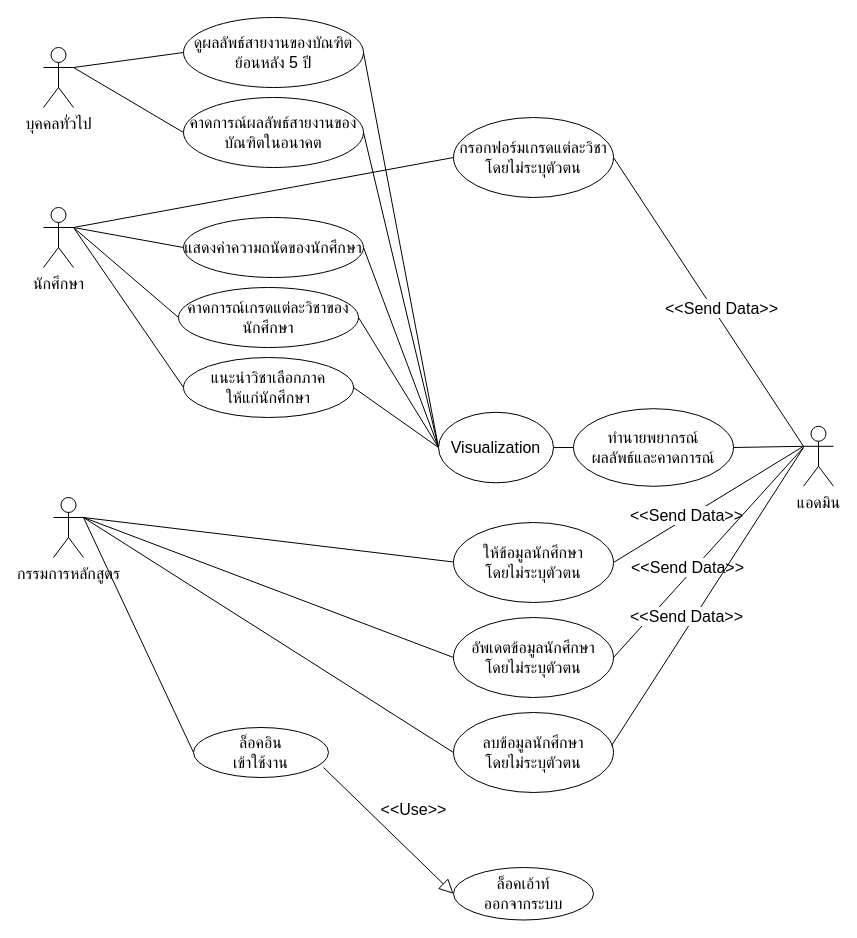
MashMaleLLO/Analytics_and_Prediction_System_for_CE_Curriculum_administrators keeps this draw.io diagram as Design_Architecture/Usecase.drawio. Above is the earlier version. Source tidied: cells renumbered, new cells numbered last; positions are measured from the earlier drawing's top-left corner, leaving out a move shared by most shapes. Both pictures are drawn from the tidied source at 100%, with x=0, y=0 at pixel (43, 17).
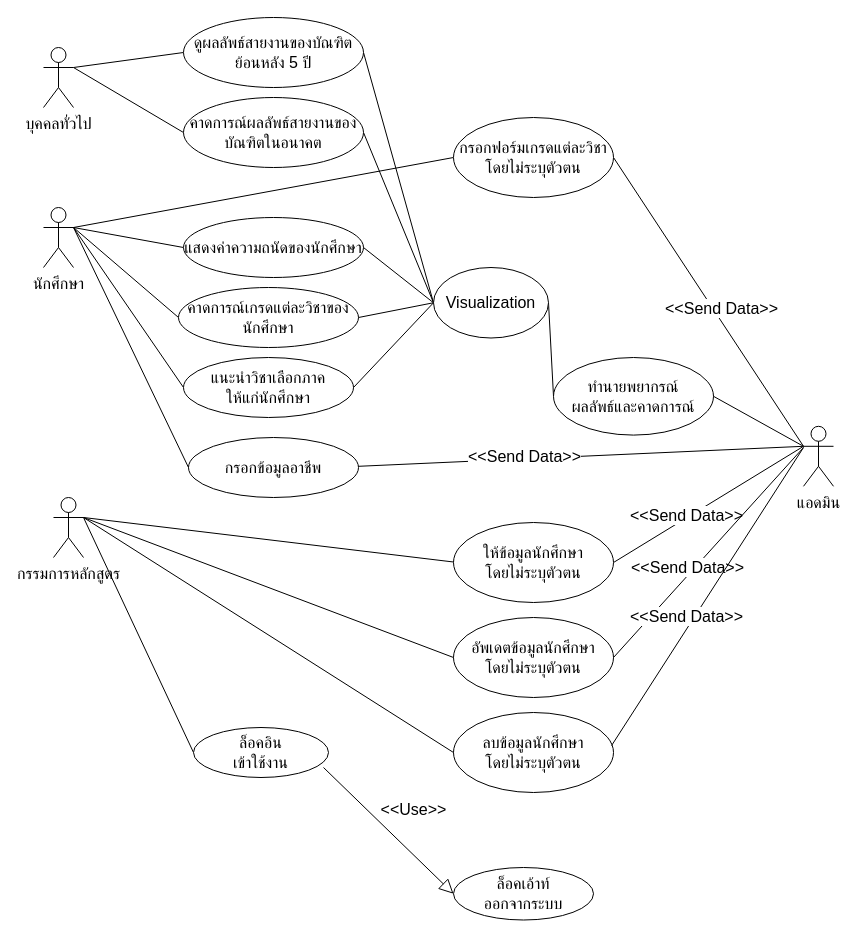
Above is the later version.

Unchanged cells that the change refers to:
```xml
<mxCell id="6" value="นักศึกษา" style="shape=umlActor;verticalLabelPosition=bottom;verticalAlign=top;html=1;outlineConnect=0;fontSize=16;" parent="1" vertex="1">
  <mxGeometry y="190" width="30" height="60" as="geometry" />
</mxCell>
<mxCell id="35" value="แอดมิน" style="shape=umlActor;verticalLabelPosition=bottom;verticalAlign=top;html=1;outlineConnect=0;fontSize=16;" parent="1" vertex="1">
  <mxGeometry x="760" y="408.8" width="30" height="60" as="geometry" />
</mxCell>
```

Change to the diagram source:
```diff
@@
-    <mxCell id="26" style="edgeStyle=none;rounded=0;jettySize=auto;html=1;exitX=0;exitY=0.5;exitDx=0;exitDy=0;entryX=1;entryY=0.5;entryDx=0;entryDy=0;startArrow=none;startFill=0;endArrow=none;endFill=0;strokeColor=default;fontSize=16;" parent="1" edge="1" source="27" target="33">
+    <mxCell id="26" style="edgeStyle=none;rounded=0;jettySize=auto;html=1;exitX=0;exitY=0.5;exitDx=0;exitDy=0;startArrow=none;startFill=0;endArrow=none;endFill=0;strokeColor=default;fontSize=16;entryX=1;entryY=0.5;entryDx=0;entryDy=0;" parent="1" edge="1" source="27" target="33">
       <mxGeometry relative="1" as="geometry" />
     </mxCell>
     <mxCell id="27" value="ทำนายพยากรณ์&lt;br&gt;ผลลัพธ์และคาดการณ์" style="ellipse;whiteSpace=wrap;html=1;fontSize=16;" parent="1" vertex="1">
-      <mxGeometry x="530" y="391.2" width="160" height="77.6" as="geometry" />
+      <mxGeometry x="510" y="340" width="160" height="77.6" as="geometry" />
     </mxCell>
@@
     <mxCell id="33" value="Visualization" style="ellipse;whiteSpace=wrap;html=1;fontSize=16;" parent="1" vertex="1">
-      <mxGeometry x="395" y="394.8" width="115" height="70.5" as="geometry" />
+      <mxGeometry x="390" y="250" width="115" height="70.5" as="geometry" />
     </mxCell>
-    <mxCell id="34" style="edgeStyle=none;rounded=0;jettySize=auto;html=1;exitX=0;exitY=0.3333333333333333;exitDx=0;exitDy=0;exitPerimeter=0;entryX=1;entryY=0.5;entryDx=0;entryDy=0;startArrow=none;startFill=0;endArrow=none;endFill=0;strokeColor=default;fontSize=16;" parent="1" edge="1" source="35" target="27">
+    <mxCell id="34" style="edgeStyle=none;rounded=0;jettySize=auto;html=1;exitX=0;exitY=0.3333333333333333;exitDx=0;exitDy=0;exitPerimeter=0;startArrow=none;startFill=0;endArrow=none;endFill=0;strokeColor=default;fontSize=16;entryX=1;entryY=0.5;entryDx=0;entryDy=0;" parent="1" edge="1" source="35" target="27">
       <mxGeometry relative="1" as="geometry" />
     </mxCell>
@@
+    <mxCell id="47" value="กรอกข้อมูลอาชีพ" style="ellipse;whiteSpace=wrap;html=1;fontSize=16;" parent="1" vertex="1">
+      <mxGeometry x="145" y="420" width="170" height="60" as="geometry" />
+    </mxCell>
+    <mxCell id="48" style="edgeStyle=none;rounded=0;jettySize=auto;html=1;exitX=1;exitY=0.3333333333333333;exitDx=0;exitDy=0;exitPerimeter=0;entryX=0;entryY=0.5;entryDx=0;entryDy=0;startArrow=none;startFill=0;endArrow=none;endFill=0;strokeColor=default;fontSize=16;" parent="1" edge="1" source="6" target="47">
+      <mxGeometry relative="1" as="geometry" />
+    </mxCell>
+    <mxCell id="49" style="edgeStyle=none;rounded=0;orthogonalLoop=1;jettySize=auto;html=1;exitX=1;exitY=0.5;exitDx=0;exitDy=0;startArrow=none;startFill=0;endArrow=none;endFill=0;strokeColor=default;fontSize=16;" parent="1" edge="1">
+      <mxGeometry relative="1" as="geometry">
+        <mxPoint x="315" y="448.8" as="sourcePoint" />
+        <mxPoint x="760" y="428.8" as="targetPoint" />
+      </mxGeometry>
+    </mxCell>
+    <mxCell id="50" value="&amp;lt;&amp;lt;Send Data&amp;gt;&amp;gt;" style="edgeLabel;html=1;align=center;verticalAlign=middle;fontSize=16;" parent="49" vertex="1">
+      <mxGeometry x="-0.11" y="-2" relative="1" as="geometry">
+        <mxPoint x="-32" y="-3" as="offset" />
+      </mxGeometry>
+    </mxCell>
```
